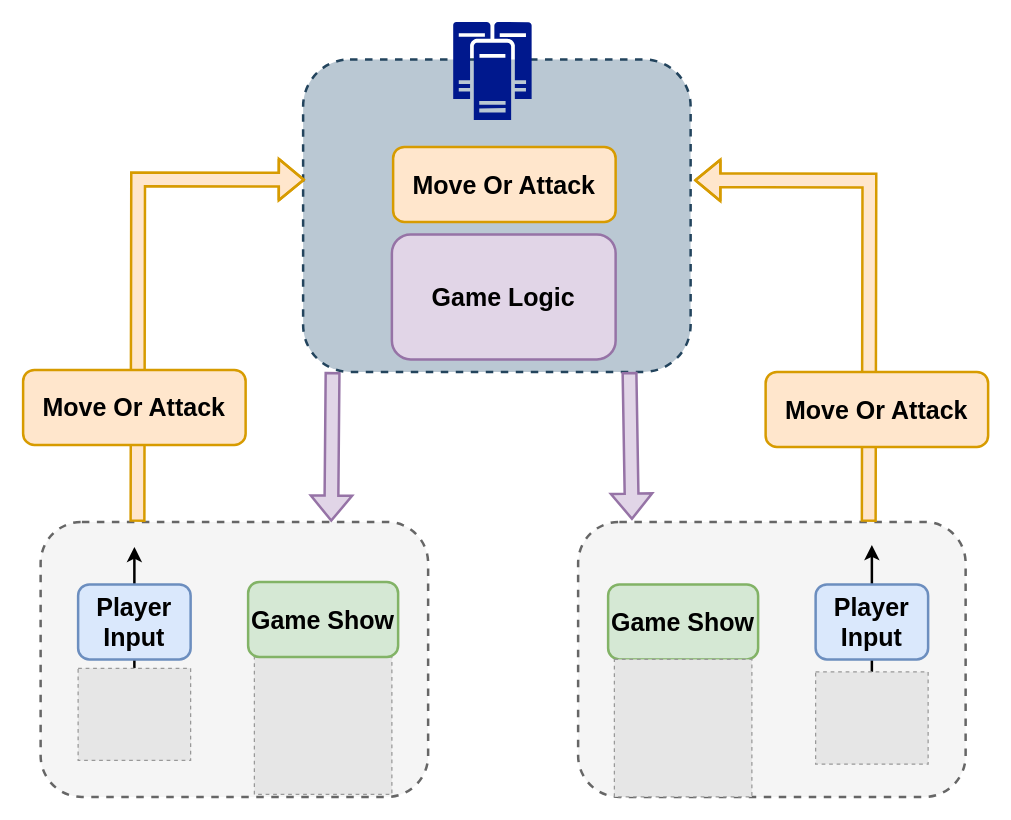
Before: page "state" (9 of 53) of booming/Booming ypwangv7.0 ypw new 104ppt-17.drawio in yrdimple/flowChart, a draw.io diagram. Source tidied: cells renumbered, new cells numbered last; positions are measured from the earlier drawing's top-left corner, leaving out a move shared by most shapes. Both pictures are drawn from the tidied source at 125%, with x=0, y=0 at pixel (22, 21). Pictures stored in the file or linked from it are replaced by grey dashed boxes.
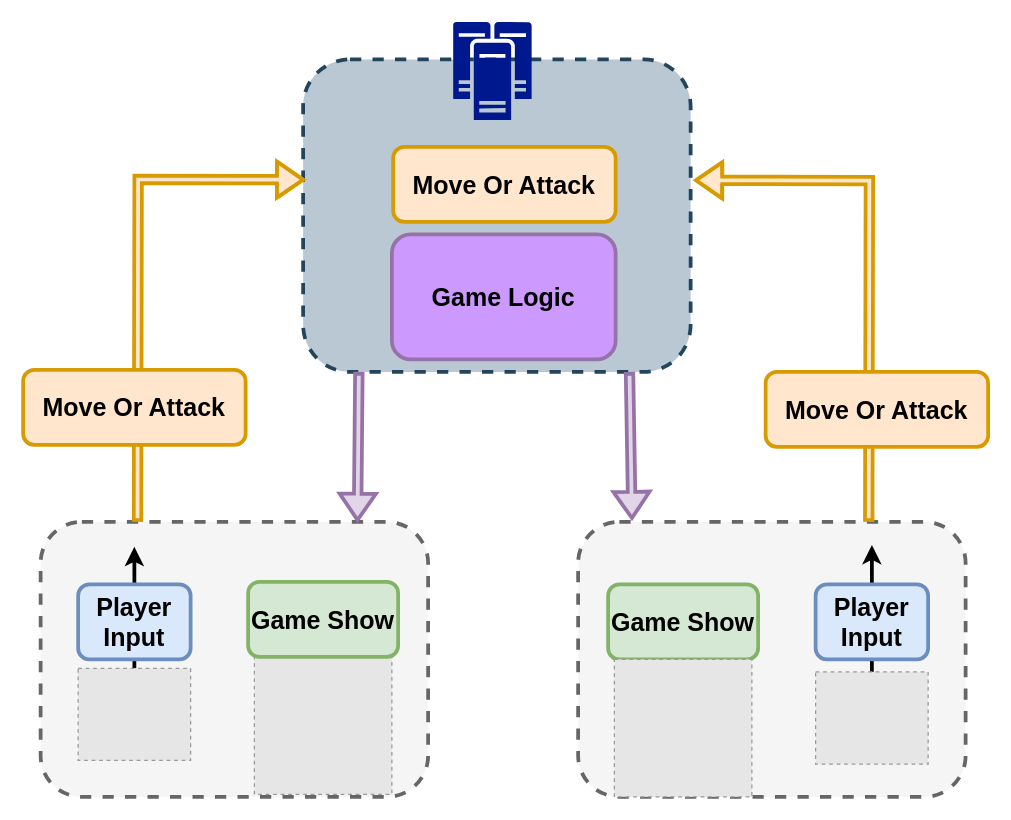
Above is the later version.

Unchanged cells that the change refers to:
```xml
<mxCell id="5" style="fillColor=#E6E6E6;strokeColor=#999999;dashed=1;verticalLabelPosition=bottom;labelBackgroundColor=default;verticalAlign=top;fontSize=20;fontStyle=1;" parent="1" vertex="1">
  <mxGeometry x="44" y="517.1" width="90" height="73.8" as="geometry" />
</mxCell>
<mxCell id="8" style="fillColor=#E6E6E6;strokeColor=#999999;dashed=1;verticalLabelPosition=bottom;labelBackgroundColor=default;verticalAlign=top;fontSize=20;fontStyle=1;" parent="1" vertex="1">
  <mxGeometry x="634" y="520" width="90" height="73.8" as="geometry" />
</mxCell>
```

Change to the diagram source:
```diff
@@
-    <mxCell id="2" style="rounded=1;whiteSpace=wrap;html=1;dashed=1;strokeWidth=2;fontSize=20;fillColor=#f5f5f5;fontColor=#333333;strokeColor=#666666;fontStyle=1;" parent="1" vertex="1">
+    <mxCell id="2" style="rounded=1;whiteSpace=wrap;html=1;dashed=1;strokeWidth=3;fontSize=20;fillColor=#f5f5f5;fontColor=#333333;strokeColor=#666666;fontStyle=1;" parent="1" vertex="1">
       <mxGeometry x="14" y="400" width="310" height="220" as="geometry" />
     </mxCell>
@@
-    <mxCell id="4" style="edgeStyle=orthogonalEdgeStyle;rounded=0;jettySize=auto;html=1;exitX=0.5;exitY=0;exitDx=0;exitDy=0;strokeWidth=2;fontSize=20;fontStyle=1;" parent="1" edge="1" source="5">
+    <mxCell id="4" style="edgeStyle=orthogonalEdgeStyle;rounded=0;jettySize=auto;html=1;exitX=0.5;exitY=0;exitDx=0;exitDy=0;strokeWidth=3;fontSize=20;fontStyle=1;" parent="1" edge="1" source="5">
       <mxGeometry relative="1" as="geometry">
         <mxPoint x="89" y="420" as="targetPoint" />
       </mxGeometry>
     </mxCell>
@@
-    <mxCell id="6" style="rounded=1;whiteSpace=wrap;html=1;dashed=1;strokeWidth=2;fontSize=20;fillColor=#f5f5f5;fontColor=#333333;strokeColor=#666666;fontStyle=1;" parent="1" vertex="1">
+    <mxCell id="6" style="rounded=1;whiteSpace=wrap;html=1;dashed=1;strokeWidth=3;fontSize=20;fillColor=#f5f5f5;fontColor=#333333;strokeColor=#666666;fontStyle=1;" parent="1" vertex="1">
       <mxGeometry x="444" y="400" width="310" height="220" as="geometry" />
     </mxCell>
-    <mxCell id="7" style="edgeStyle=orthogonalEdgeStyle;rounded=0;jettySize=auto;html=1;exitX=0.5;exitY=0;exitDx=0;exitDy=0;strokeWidth=2;fontSize=20;fontStyle=1;" parent="1" edge="1" source="8">
+    <mxCell id="7" style="edgeStyle=orthogonalEdgeStyle;rounded=0;jettySize=auto;html=1;exitX=0.5;exitY=0;exitDx=0;exitDy=0;strokeWidth=3;fontSize=20;fontStyle=1;" parent="1" edge="1" source="8">
       <mxGeometry relative="1" as="geometry">
         <mxPoint x="679" y="418.5" as="targetPoint" />
       </mxGeometry>
     </mxCell>
@@
-    <mxCell id="9" style="rounded=1;whiteSpace=wrap;html=1;dashed=1;strokeWidth=2;fontSize=20;fillColor=#bac8d3;strokeColor=#23445d;fontStyle=1;" parent="1" vertex="1">
+    <mxCell id="9" style="rounded=1;whiteSpace=wrap;html=1;dashed=1;strokeWidth=3;fontSize=20;fillColor=#bac8d3;strokeColor=#23445d;fontStyle=1;" parent="1" vertex="1">
       <mxGeometry x="224" y="30" width="310" height="250" as="geometry" />
     </mxCell>
-    <mxCell id="10" style="sketch=0;shadow=0;dashed=0;html=1;strokeColor=none;labelPosition=center;verticalLabelPosition=bottom;verticalAlign=top;align=center;fillColor=#00188D;shape=mxgraph.mscae.enterprise.cluster_server;rounded=0;fontSize=20;fontStyle=1;strokeWidth=2;" parent="1" vertex="1">
+    <mxCell id="10" style="sketch=0;shadow=0;dashed=0;html=1;strokeColor=none;labelPosition=center;verticalLabelPosition=bottom;verticalAlign=top;align=center;fillColor=#00188D;shape=mxgraph.mscae.enterprise.cluster_server;rounded=0;fontSize=20;fontStyle=1;strokeWidth=3;" parent="1" vertex="1">
       <mxGeometry x="344" width="62.8" height="78.4" as="geometry" />
     </mxCell>
-    <mxCell id="11" style="shape=flexArrow;endArrow=classic;html=1;rounded=0;fontFamily=Times New Roman;fontSize=20;strokeWidth=2;exitX=0.25;exitY=0;exitDx=0;exitDy=0;entryX=0.005;entryY=0.385;entryDx=0;entryDy=0;entryPerimeter=0;fillColor=#ffe6cc;strokeColor=#d79b00;fontStyle=1;" parent="1" edge="1" source="2" target="9">
+    <mxCell id="11" style="shape=flexArrow;endArrow=classic;html=1;rounded=0;fontFamily=Times New Roman;fontSize=20;strokeWidth=3;exitX=0.25;exitY=0;exitDx=0;exitDy=0;entryX=0.005;entryY=0.385;entryDx=0;entryDy=0;entryPerimeter=0;fillColor=#ffe6cc;strokeColor=#d79b00;fontStyle=1;width=4;" parent="1" edge="1" source="2" target="9">
       <mxGeometry relative="1" as="geometry">
         <Array as="points">
           <mxPoint x="92" y="126" />
         </Array>
       </mxGeometry>
     </mxCell>
-    <mxCell id="12" value="Game Logic" style="rounded=1;whiteSpace=wrap;html=1;strokeWidth=2;fillColor=#e1d5e7;strokeColor=#9673a6;fontSize=20;fontStyle=1;" parent="1" vertex="1">
+    <mxCell id="12" value="Game Logic" style="rounded=1;whiteSpace=wrap;html=1;strokeWidth=3;fillColor=#CC99FF;strokeColor=#9673a6;fontSize=20;fontStyle=1;" parent="1" vertex="1">
       <mxGeometry x="295" y="170" width="179" height="100" as="geometry" />
     </mxCell>
-    <mxCell id="13" style="shape=flexArrow;endArrow=classic;html=1;rounded=0;fontFamily=Times New Roman;fontSize=20;strokeWidth=2;exitX=0.75;exitY=0;exitDx=0;exitDy=0;entryX=1.009;entryY=0.387;entryDx=0;entryDy=0;entryPerimeter=0;fillColor=#ffe6cc;strokeColor=#d79b00;fontStyle=1;" parent="1" edge="1" source="6" target="9">
+    <mxCell id="13" style="shape=flexArrow;endArrow=classic;html=1;rounded=0;fontFamily=Times New Roman;fontSize=20;strokeWidth=3;exitX=0.75;exitY=0;exitDx=0;exitDy=0;entryX=1.009;entryY=0.387;entryDx=0;entryDy=0;entryPerimeter=0;fillColor=#ffe6cc;strokeColor=#d79b00;fontStyle=1;width=4;" parent="1" edge="1" source="6" target="9">
       <mxGeometry relative="1" as="geometry">
         <Array as="points">
           <mxPoint x="677" y="127" />
         </Array>
       </mxGeometry>
     </mxCell>
-    <mxCell id="14" value="Game Show" style="rounded=1;whiteSpace=wrap;html=1;strokeWidth=2;fillColor=#d5e8d4;strokeColor=#82b366;fontSize=20;fontStyle=1;" parent="1" vertex="1">
+    <mxCell id="14" value="Game Show" style="rounded=1;whiteSpace=wrap;html=1;strokeWidth=3;fillColor=#d5e8d4;strokeColor=#82b366;fontSize=20;fontStyle=1;" parent="1" vertex="1">
       <mxGeometry x="468" y="450" width="120" height="60" as="geometry" />
     </mxCell>
-    <mxCell id="15" value="Game Show" style="rounded=1;whiteSpace=wrap;html=1;strokeWidth=2;fillColor=#d5e8d4;strokeColor=#82b366;fontSize=20;fontStyle=1;" parent="1" vertex="1">
+    <mxCell id="15" value="Game Show" style="rounded=1;whiteSpace=wrap;html=1;strokeWidth=3;fillColor=#d5e8d4;strokeColor=#82b366;fontSize=20;fontStyle=1;" parent="1" vertex="1">
       <mxGeometry x="180" y="448" width="120" height="60" as="geometry" />
     </mxCell>
-    <mxCell id="16" style="shape=flexArrow;endArrow=classic;html=1;rounded=0;fontFamily=Times New Roman;fontSize=20;strokeWidth=2;exitX=0.076;exitY=1;exitDx=0;exitDy=0;exitPerimeter=0;entryX=0.75;entryY=0;entryDx=0;entryDy=0;fillColor=#e1d5e7;strokeColor=#9673a6;fontStyle=1;" parent="1" edge="1" source="9" target="2">
-      <mxGeometry relative="1" as="geometry" />
+    <mxCell id="16" style="shape=flexArrow;endArrow=classic;html=1;rounded=0;fontFamily=Times New Roman;fontSize=20;strokeWidth=3;exitX=0.076;exitY=1;exitDx=0;exitDy=0;exitPerimeter=0;entryX=0.75;entryY=0;entryDx=0;entryDy=0;fillColor=#e1d5e7;strokeColor=#9673a6;fontStyle=1;width=4;" parent="1" edge="1">
+      <mxGeometry relative="1" as="geometry">
+        <mxPoint x="268.6" y="280" as="sourcePoint" />
+        <mxPoint x="267.5" y="400" as="targetPoint" />
+      </mxGeometry>
     </mxCell>
-    <mxCell id="17" style="shape=flexArrow;endArrow=classic;html=1;rounded=0;fontFamily=Times New Roman;fontSize=20;strokeWidth=2;exitX=0.076;exitY=1;exitDx=0;exitDy=0;exitPerimeter=0;entryX=0.139;entryY=-0.007;entryDx=0;entryDy=0;fillColor=#e1d5e7;strokeColor=#9673a6;fontStyle=1;entryPerimeter=0;" parent="1" edge="1" target="6">
+    <mxCell id="17" style="shape=flexArrow;endArrow=classic;html=1;rounded=0;fontFamily=Times New Roman;fontSize=20;strokeWidth=3;exitX=0.076;exitY=1;exitDx=0;exitDy=0;exitPerimeter=0;entryX=0.139;entryY=-0.007;entryDx=0;entryDy=0;fillColor=#e1d5e7;strokeColor=#9673a6;fontStyle=1;entryPerimeter=0;width=4;" parent="1" edge="1" target="6">
       <mxGeometry relative="1" as="geometry">
         <mxPoint x="485.1" y="280" as="sourcePoint" />
       </mxGeometry>
     </mxCell>
-    <mxCell id="18" value="Move Or Attack" style="rounded=1;whiteSpace=wrap;html=1;strokeWidth=2;fillColor=#ffe6cc;strokeColor=#d79b00;fontSize=20;fontStyle=1;" parent="1" vertex="1">
+    <mxCell id="18" value="Move Or Attack" style="rounded=1;whiteSpace=wrap;html=1;strokeWidth=3;fillColor=#ffe6cc;strokeColor=#d79b00;fontSize=20;fontStyle=1;" parent="1" vertex="1">
       <mxGeometry y="278.4" width="178" height="60" as="geometry" />
     </mxCell>
-    <mxCell id="19" value="Move Or Attack" style="rounded=1;whiteSpace=wrap;html=1;strokeWidth=2;fillColor=#ffe6cc;strokeColor=#d79b00;fontSize=20;fontStyle=1;" parent="1" vertex="1">
+    <mxCell id="19" value="Move Or Attack" style="rounded=1;whiteSpace=wrap;html=1;strokeWidth=3;fillColor=#ffe6cc;strokeColor=#d79b00;fontSize=20;fontStyle=1;" parent="1" vertex="1">
       <mxGeometry x="594" y="280" width="178" height="60" as="geometry" />
     </mxCell>
-    <mxCell id="20" value="Move Or Attack" style="rounded=1;whiteSpace=wrap;html=1;strokeWidth=2;fillColor=#ffe6cc;strokeColor=#d79b00;fontSize=20;fontStyle=1;" parent="1" vertex="1">
+    <mxCell id="20" value="Move Or Attack" style="rounded=1;whiteSpace=wrap;html=1;strokeWidth=3;fillColor=#ffe6cc;strokeColor=#d79b00;fontSize=20;fontStyle=1;" parent="1" vertex="1">
       <mxGeometry x="296" y="100" width="178" height="60" as="geometry" />
     </mxCell>
-    <mxCell id="21" value="Player Input" style="rounded=1;whiteSpace=wrap;html=1;strokeWidth=2;fillColor=#dae8fc;strokeColor=#6c8ebf;fontSize=20;fontStyle=1;" parent="1" vertex="1">
+    <mxCell id="21" value="Player Input" style="rounded=1;whiteSpace=wrap;html=1;strokeWidth=3;fillColor=#dae8fc;strokeColor=#6c8ebf;fontSize=20;fontStyle=1;" parent="1" vertex="1">
       <mxGeometry x="44" y="450" width="90" height="60" as="geometry" />
     </mxCell>
-    <mxCell id="22" value="Player Input" style="rounded=1;whiteSpace=wrap;html=1;strokeWidth=2;fillColor=#dae8fc;strokeColor=#6c8ebf;fontSize=20;fontStyle=1;" parent="1" vertex="1">
+    <mxCell id="22" value="Player Input" style="rounded=1;whiteSpace=wrap;html=1;strokeWidth=3;fillColor=#dae8fc;strokeColor=#6c8ebf;fontSize=20;fontStyle=1;" parent="1" vertex="1">
       <mxGeometry x="634" y="450" width="90" height="60" as="geometry" />
     </mxCell>
```
